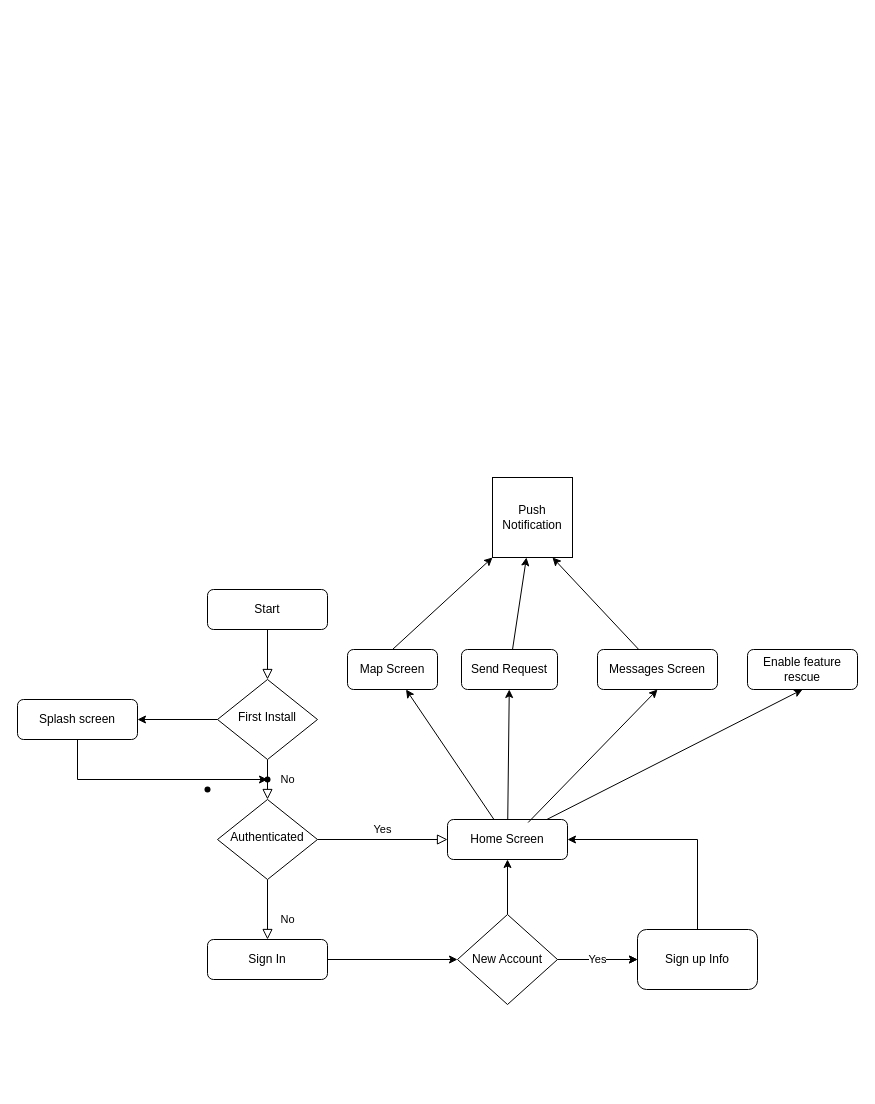
This is Untitled Diagram.drawio from dunguyen-3112/api, a draw.io file, before an edit. Source tidied: cells renumbered, new cells numbered last; positions are measured from the earlier drawing's top-left corner, leaving out a move shared by most shapes. Both pictures are drawn from the tidied source at 100%, with x=0, y=0 at pixel (17, 477).
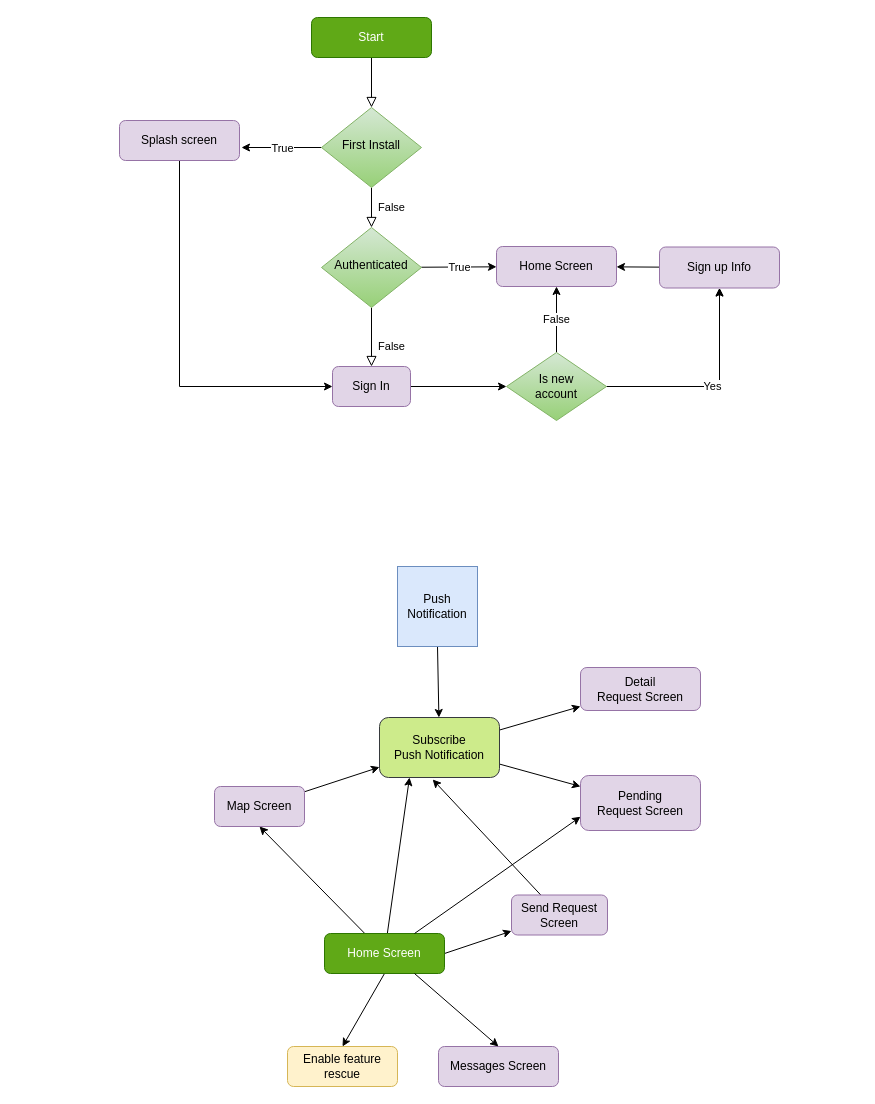
After the change.

What changed in the source:
```diff
@@
+    <mxCell id="14" style="rounded=0;jettySize=auto;html=1;entryX=0.5;entryY=1;entryDx=0;entryDy=0;" parent="1" edge="1" source="17" target="26">
+      <mxGeometry relative="1" as="geometry" />
+    </mxCell>
+    <mxCell id="15" style="rounded=0;jettySize=auto;html=1;exitX=1;exitY=0.5;exitDx=0;exitDy=0;" parent="1" edge="1" source="17" target="28">
+      <mxGeometry relative="1" as="geometry" />
+    </mxCell>
+    <mxCell id="16" style="rounded=0;jettySize=auto;html=1;entryX=0.5;entryY=0;entryDx=0;entryDy=0;exitX=0.5;exitY=1;exitDx=0;exitDy=0;" parent="1" edge="1" source="17" target="29">
+      <mxGeometry relative="1" as="geometry" />
+    </mxCell>
+    <mxCell id="35" style="rounded=0;jettySize=auto;html=1;entryX=0.25;entryY=1;entryDx=0;entryDy=0;" parent="1" edge="1" source="17" target="42">
+      <mxGeometry relative="1" as="geometry" />
+    </mxCell>
+    <mxCell id="17" value="Home Screen" style="rounded=1;whiteSpace=wrap;html=1;fontSize=12;glass=0;strokeWidth=1;shadow=0;fillColor=#60a917;strokeColor=#2D7600;fontColor=#ffffff;" parent="1" vertex="1">
+      <mxGeometry x="307" y="456" width="120" height="40" as="geometry" />
+    </mxCell>
+    <mxCell id="36" style="rounded=0;jettySize=auto;html=1;" parent="1" edge="1" source="26" target="42">
+      <mxGeometry relative="1" as="geometry" />
+    </mxCell>
+    <mxCell id="26" value="Map Screen" style="rounded=1;whiteSpace=wrap;html=1;glass=0;strokeWidth=1;shadow=0;fillColor=#e1d5e7;strokeColor=#9673a6;" parent="1" vertex="1">
+      <mxGeometry x="197" y="309" width="90" height="40" as="geometry" />
+    </mxCell>
+    <mxCell id="37" style="rounded=0;jettySize=auto;html=1;entryX=0.443;entryY=1.033;entryDx=0;entryDy=0;entryPerimeter=0;" parent="1" edge="1" source="28" target="42">
+      <mxGeometry relative="1" as="geometry" />
+    </mxCell>
+    <mxCell id="28" value="Send Request Screen" style="rounded=1;whiteSpace=wrap;html=1;fillColor=#e1d5e7;strokeColor=#9673a6;" parent="1" vertex="1">
+      <mxGeometry x="494" y="417.5" width="96" height="40" as="geometry" />
+    </mxCell>
+    <mxCell id="29" value="Enable feature rescue" style="rounded=1;whiteSpace=wrap;html=1;fillColor=#fff2cc;strokeColor=#d6b656;" parent="1" vertex="1">
+      <mxGeometry x="270" y="569" width="110" height="40" as="geometry" />
+    </mxCell>
+    <mxCell id="31" value="Messages Screen" style="rounded=1;whiteSpace=wrap;html=1;fillColor=#e1d5e7;strokeColor=#9673a6;" parent="1" vertex="1">
+      <mxGeometry x="421" y="569" width="120" height="40" as="geometry" />
+    </mxCell>
+    <mxCell id="32" style="endArrow=classic;html=1;rounded=0;entryX=0.5;entryY=0;entryDx=0;entryDy=0;exitX=0.75;exitY=1;exitDx=0;exitDy=0;" parent="1" edge="1" source="17" target="31">
+      <mxGeometry relative="1" as="geometry" />
+    </mxCell>
+    <mxCell id="38" style="rounded=0;jettySize=auto;html=1;exitX=0.5;exitY=1;exitDx=0;exitDy=0;" parent="1" edge="1" source="33" target="42">
+      <mxGeometry relative="1" as="geometry" />
+    </mxCell>
+    <mxCell id="33" value="Push Notification" style="whiteSpace=wrap;html=1;fillColor=#dae8fc;strokeColor=#6c8ebf;" parent="1" vertex="1">
+      <mxGeometry x="380" y="89" width="80" height="80" as="geometry" />
+    </mxCell>
+    <mxCell id="39" value="Detail &lt;br&gt;Request Screen" style="rounded=1;whiteSpace=wrap;html=1;fillColor=#e1d5e7;strokeColor=#9673a6;" parent="1" vertex="1">
+      <mxGeometry x="563" y="190" width="120" height="43" as="geometry" />
+    </mxCell>
+    <mxCell id="40" style="rounded=0;jettySize=auto;html=1;" parent="1" edge="1" source="42" target="39">
+      <mxGeometry relative="1" as="geometry" />
+    </mxCell>
+    <mxCell id="41" style="rounded=0;jettySize=auto;html=1;" parent="1" edge="1" source="42" target="43">
+      <mxGeometry relative="1" as="geometry" />
+    </mxCell>
+    <mxCell id="42" value="Subscribe&lt;br&gt;Push Notification" style="rounded=1;whiteSpace=wrap;html=1;fillColor=#cdeb8b;strokeColor=#36393d;" parent="1" vertex="1">
+      <mxGeometry x="362" y="240" width="120" height="60" as="geometry" />
+    </mxCell>
+    <mxCell id="43" value="Pending&lt;br&gt;Request Screen" style="rounded=1;whiteSpace=wrap;html=1;fillColor=#e1d5e7;strokeColor=#9673a6;" parent="1" vertex="1">
+      <mxGeometry x="563" y="298" width="120" height="55" as="geometry" />
+    </mxCell>
+    <mxCell id="44" style="endArrow=classic;html=1;rounded=0;exitX=0.75;exitY=0;exitDx=0;exitDy=0;entryX=0;entryY=0.75;entryDx=0;entryDy=0;" parent="1" edge="1" source="17" target="43">
+      <mxGeometry relative="1" as="geometry" />
+    </mxCell>
@@
-    <mxCell id="3" value="Start" style="rounded=1;whiteSpace=wrap;html=1;fontSize=12;glass=0;strokeWidth=1;shadow=0;" parent="1" vertex="1">
-      <mxGeometry x="190" y="112" width="120" height="40" as="geometry" />
+    <mxCell id="3" value="Start" style="rounded=1;whiteSpace=wrap;html=1;fontSize=12;glass=0;strokeWidth=1;shadow=0;fillColor=#60a917;strokeColor=#2D7600;fontColor=#ffffff;" parent="1" vertex="1">
+      <mxGeometry x="294" y="-460" width="120" height="40" as="geometry" />
     </mxCell>
-    <mxCell id="4" value="No" style="rounded=0;html=1;jettySize=auto;fontSize=11;endArrow=block;endFill=0;endSize=8;strokeWidth=1;shadow=0;labelBackgroundColor=none;edgeStyle=orthogonalEdgeStyle;" parent="1" edge="1" source="6" target="11">
+    <mxCell id="4" value="False" style="rounded=0;html=1;jettySize=auto;fontSize=11;endArrow=block;endFill=0;endSize=8;strokeWidth=1;shadow=0;labelBackgroundColor=none;edgeStyle=orthogonalEdgeStyle;" parent="1" edge="1" source="6" target="11">
       <mxGeometry y="20" relative="1" as="geometry" />
     </mxCell>
-    <mxCell id="5" style="edgeStyle=orthogonalEdgeStyle;rounded=0;jettySize=auto;html=1;" parent="1" edge="1" source="6" target="8">
-      <mxGeometry relative="1" as="geometry" />
-    </mxCell>
+    <mxCell id="45" value="True" style="edgeStyle=orthogonalEdgeStyle;rounded=0;jettySize=auto;html=1;" parent="1" edge="1" source="6">
+      <mxGeometry relative="1" as="geometry">
+        <mxPoint x="224" y="-330" as="targetPoint" />
+      </mxGeometry>
+    </mxCell>
-    <mxCell id="6" value="First Install" style="rhombus;whiteSpace=wrap;html=1;shadow=0;fontFamily=Helvetica;fontSize=12;align=center;strokeWidth=1;spacing=6;spacingTop=-4;" parent="1" vertex="1">
-      <mxGeometry x="200" y="202" width="100" height="80" as="geometry" />
+    <mxCell id="6" value="First Install" style="rhombus;whiteSpace=wrap;html=1;shadow=0;fontFamily=Helvetica;fontSize=12;align=center;strokeWidth=1;spacing=6;spacingTop=-4;fillColor=#d5e8d4;gradientColor=#97d077;strokeColor=#82b366;" parent="1" vertex="1">
+      <mxGeometry x="304" y="-370" width="100" height="80" as="geometry" />
     </mxCell>
-    <mxCell id="7" style="rounded=0;jettySize=auto;html=1;entryX=0.29;entryY=-0.03;entryDx=0;entryDy=0;entryPerimeter=0;edgeStyle=orthogonalEdgeStyle;" parent="1" edge="1" source="8" target="25">
-      <mxGeometry relative="1" as="geometry">
-        <Array as="points">
-          <mxPoint x="60" y="302" />
-        </Array>
-      </mxGeometry>
-    </mxCell>
+    <mxCell id="46" style="rounded=0;jettySize=auto;html=1;entryX=0;entryY=0.5;entryDx=0;entryDy=0;edgeStyle=orthogonalEdgeStyle;exitX=0.5;exitY=1;exitDx=0;exitDy=0;" parent="1" edge="1" source="8" target="13">
+      <mxGeometry relative="1" as="geometry" />
+    </mxCell>
-    <mxCell id="8" value="Splash screen" style="rounded=1;whiteSpace=wrap;html=1;fontSize=12;glass=0;strokeWidth=1;shadow=0;" parent="1" vertex="1">
-      <mxGeometry y="222" width="120" height="40" as="geometry" />
+    <mxCell id="8" value="Splash screen" style="rounded=1;whiteSpace=wrap;html=1;fontSize=12;glass=0;strokeWidth=1;shadow=0;fillColor=#e1d5e7;strokeColor=#9673a6;" parent="1" vertex="1">
+      <mxGeometry x="102" y="-357" width="120" height="40" as="geometry" />
     </mxCell>
-    <mxCell id="9" value="No" style="rounded=0;html=1;jettySize=auto;fontSize=11;endArrow=block;endFill=0;endSize=8;strokeWidth=1;shadow=0;labelBackgroundColor=none;edgeStyle=orthogonalEdgeStyle;" parent="1" edge="1" source="11" target="13">
-      <mxGeometry x="0.33" y="20" relative="1" as="geometry" />
+    <mxCell id="9" value="False" style="rounded=0;html=1;jettySize=auto;fontSize=11;endArrow=block;endFill=0;endSize=8;strokeWidth=1;shadow=0;labelBackgroundColor=none;edgeStyle=orthogonalEdgeStyle;" parent="1" edge="1" source="11" target="13">
+      <mxGeometry x="0.32" y="20" relative="1" as="geometry" />
     </mxCell>
-    <mxCell id="10" value="Yes" style="edgeStyle=orthogonalEdgeStyle;rounded=0;html=1;jettySize=auto;fontSize=11;endArrow=block;endFill=0;endSize=8;strokeWidth=1;shadow=0;labelBackgroundColor=none;" parent="1" edge="1" source="11" target="17">
-      <mxGeometry y="10" relative="1" as="geometry" />
-    </mxCell>
+    <mxCell id="47" value="True" style="rounded=0;jettySize=auto;html=1;" parent="1" edge="1" source="11" target="53">
+      <mxGeometry relative="1" as="geometry" />
+    </mxCell>
-    <mxCell id="11" value="Authenticated" style="rhombus;whiteSpace=wrap;html=1;shadow=0;fontFamily=Helvetica;fontSize=12;align=center;strokeWidth=1;spacing=6;spacingTop=-4;" parent="1" vertex="1">
-      <mxGeometry x="200" y="322" width="100" height="80" as="geometry" />
+    <mxCell id="11" value="Authenticated" style="rhombus;whiteSpace=wrap;html=1;shadow=0;fontFamily=Helvetica;fontSize=12;align=center;strokeWidth=1;spacing=6;spacingTop=-4;fillColor=#d5e8d4;gradientColor=#97d077;strokeColor=#82b366;" parent="1" vertex="1">
+      <mxGeometry x="304" y="-250" width="100" height="80" as="geometry" />
     </mxCell>
-    <mxCell id="12" style="edgeStyle=orthogonalEdgeStyle;rounded=0;jettySize=auto;html=1;" parent="1" edge="1" source="13" target="21">
-      <mxGeometry relative="1" as="geometry" />
-    </mxCell>
+    <mxCell id="48" style="rounded=0;jettySize=auto;html=1;entryX=0;entryY=0.5;entryDx=0;entryDy=0;exitX=1;exitY=0.5;exitDx=0;exitDy=0;edgeStyle=orthogonalEdgeStyle;" parent="1" edge="1" source="13" target="51">
+      <mxGeometry relative="1" as="geometry" />
+    </mxCell>
-    <mxCell id="13" value="Sign In" style="rounded=1;whiteSpace=wrap;html=1;fontSize=12;glass=0;strokeWidth=1;shadow=0;" parent="1" vertex="1">
-      <mxGeometry x="190" y="462" width="120" height="40" as="geometry" />
+    <mxCell id="13" value="Sign In" style="rounded=1;whiteSpace=wrap;html=1;fontSize=12;glass=0;strokeWidth=1;shadow=0;fillColor=#e1d5e7;strokeColor=#9673a6;" parent="1" vertex="1">
+      <mxGeometry x="315" y="-111" width="78" height="40" as="geometry" />
     </mxCell>
-    <mxCell id="14" style="rounded=0;jettySize=auto;html=1;" parent="1" edge="1" source="17" target="26">
-      <mxGeometry relative="1" as="geometry" />
-    </mxCell>
-    <mxCell id="15" style="rounded=0;jettySize=auto;html=1;" parent="1" edge="1" source="17" target="28">
-      <mxGeometry relative="1" as="geometry" />
-    </mxCell>
-    <mxCell id="16" style="rounded=0;jettySize=auto;html=1;entryX=0.5;entryY=1;entryDx=0;entryDy=0;" parent="1" edge="1" source="17" target="29">
-      <mxGeometry relative="1" as="geometry" />
-    </mxCell>
-    <mxCell id="17" value="Home Screen" style="rounded=1;whiteSpace=wrap;html=1;fontSize=12;glass=0;strokeWidth=1;shadow=0;" parent="1" vertex="1">
-      <mxGeometry x="430" y="342" width="120" height="40" as="geometry" />
-    </mxCell>
-    <mxCell id="18" style="edgeStyle=orthogonalEdgeStyle;rounded=0;jettySize=auto;html=1;" parent="1" edge="1" source="21" target="22">
-      <mxGeometry relative="1" as="geometry" />
-    </mxCell>
+    <mxCell id="49" style="edgeStyle=orthogonalEdgeStyle;rounded=0;jettySize=auto;html=1;" parent="1" edge="1" source="51" target="22">
+      <mxGeometry relative="1" as="geometry" />
+    </mxCell>
-    <mxCell id="19" value="Yes" style="edgeStyle=orthogonalEdgeStyle;rounded=0;jettySize=auto;html=1;" parent="1" edge="1" source="21" target="22">
+    <mxCell id="19" value="Yes" style="edgeStyle=orthogonalEdgeStyle;rounded=0;jettySize=auto;html=1;" parent="1" edge="1" source="51" target="22">
       <mxGeometry relative="1" as="geometry" />
     </mxCell>
-    <mxCell id="20" style="edgeStyle=orthogonalEdgeStyle;rounded=0;jettySize=auto;html=1;" parent="1" edge="1" source="21" target="17">
-      <mxGeometry relative="1" as="geometry" />
-    </mxCell>
-    <mxCell id="21" value="New Account" style="rhombus;whiteSpace=wrap;html=1;" parent="1" vertex="1">
-      <mxGeometry x="440" y="437" width="100" height="90" as="geometry" />
-    </mxCell>
+    <mxCell id="50" value="False" style="edgeStyle=orthogonalEdgeStyle;rounded=0;jettySize=auto;html=1;" parent="1" edge="1" source="51" target="53">
+      <mxGeometry relative="1" as="geometry" />
+    </mxCell>
+    <mxCell id="51" value="Is new&lt;br&gt;account" style="rhombus;whiteSpace=wrap;html=1;fillColor=#d5e8d4;strokeColor=#82b366;gradientColor=#97d077;" parent="1" vertex="1">
+      <mxGeometry x="489" y="-125" width="100" height="68" as="geometry" />
+    </mxCell>
+    <mxCell id="52" style="rounded=0;jettySize=auto;html=1;" parent="1" edge="1" source="22" target="53">
+      <mxGeometry relative="1" as="geometry" />
+    </mxCell>
-    <mxCell id="22" value="Sign up Info" style="rounded=1;whiteSpace=wrap;html=1;" parent="1" vertex="1">
-      <mxGeometry x="620" y="452" width="120" height="60" as="geometry" />
+    <mxCell id="22" value="Sign up Info" style="rounded=1;whiteSpace=wrap;html=1;fillColor=#e1d5e7;strokeColor=#9673a6;" parent="1" vertex="1">
+      <mxGeometry x="642" y="-230.5" width="120" height="41" as="geometry" />
     </mxCell>
-    <mxCell id="23" style="endArrow=classic;html=1;rounded=0;exitX=0.5;exitY=0;exitDx=0;exitDy=0;entryX=1;entryY=0.5;entryDx=0;entryDy=0;edgeStyle=orthogonalEdgeStyle;" parent="1" edge="1" source="22" target="17">
-      <mxGeometry relative="1" as="geometry" />
-    </mxCell>
-    <mxCell id="24" style="shape=waypoint;sketch=0;size=6;fillColor=default;perimeter=centerPerimeter;rounded=1;glass=0;strokeWidth=1;shadow=0;" parent="1" vertex="1">
-      <mxGeometry x="180" y="302" width="20" height="20" as="geometry" />
-    </mxCell>
-    <mxCell id="25" style="shape=waypoint;sketch=0;size=6;points=[];fillColor=default;perimeter=centerPerimeter;snapToPoint=1;rounded=1;glass=0;strokeWidth=1;shadow=0;" parent="1" vertex="1">
-      <mxGeometry x="240" y="292" width="20" height="20" as="geometry" />
-    </mxCell>
-    <mxCell id="26" value="Map Screen" style="rounded=1;whiteSpace=wrap;html=1;glass=0;strokeWidth=1;shadow=0;" parent="1" vertex="1">
-      <mxGeometry x="330" y="172" width="90" height="40" as="geometry" />
-    </mxCell>
-    <mxCell id="27" style="rounded=0;jettySize=auto;html=1;" parent="1" edge="1" source="28" target="33">
-      <mxGeometry relative="1" as="geometry" />
-    </mxCell>
-    <mxCell id="28" value="Send Request" style="rounded=1;whiteSpace=wrap;html=1;" parent="1" vertex="1">
-      <mxGeometry x="444" y="172" width="96" height="40" as="geometry" />
-    </mxCell>
-    <mxCell id="29" value="Enable feature rescue" style="rounded=1;whiteSpace=wrap;html=1;" parent="1" vertex="1">
-      <mxGeometry x="730" y="172" width="110" height="40" as="geometry" />
-    </mxCell>
-    <mxCell id="30" style="rounded=0;jettySize=auto;html=1;entryX=0.75;entryY=1;entryDx=0;entryDy=0;" parent="1" edge="1" source="31" target="33">
-      <mxGeometry relative="1" as="geometry" />
-    </mxCell>
-    <mxCell id="31" value="Messages Screen" style="rounded=1;whiteSpace=wrap;html=1;" parent="1" vertex="1">
-      <mxGeometry x="580" y="172" width="120" height="40" as="geometry" />
-    </mxCell>
-    <mxCell id="32" style="endArrow=classic;html=1;rounded=0;exitX=0.672;exitY=0.075;exitDx=0;exitDy=0;exitPerimeter=0;entryX=0.5;entryY=1;entryDx=0;entryDy=0;" parent="1" edge="1" source="17" target="31">
-      <mxGeometry relative="1" as="geometry" />
-    </mxCell>
-    <mxCell id="33" value="Push Notification" style="whiteSpace=wrap;html=1;" parent="1" vertex="1">
-      <mxGeometry x="475" width="80" height="80" as="geometry" />
-    </mxCell>
-    <mxCell id="34" style="endArrow=classic;html=1;rounded=0;exitX=0.5;exitY=0;exitDx=0;exitDy=0;entryX=0;entryY=1;entryDx=0;entryDy=0;" parent="1" edge="1" source="26" target="33">
-      <mxGeometry relative="1" as="geometry" />
-    </mxCell>
+    <mxCell id="53" value="Home Screen" style="rounded=1;whiteSpace=wrap;html=1;fontSize=12;glass=0;strokeWidth=1;shadow=0;fillColor=#e1d5e7;strokeColor=#9673a6;" parent="1" vertex="1">
+      <mxGeometry x="479" y="-231" width="120" height="40" as="geometry" />
+    </mxCell>
```
